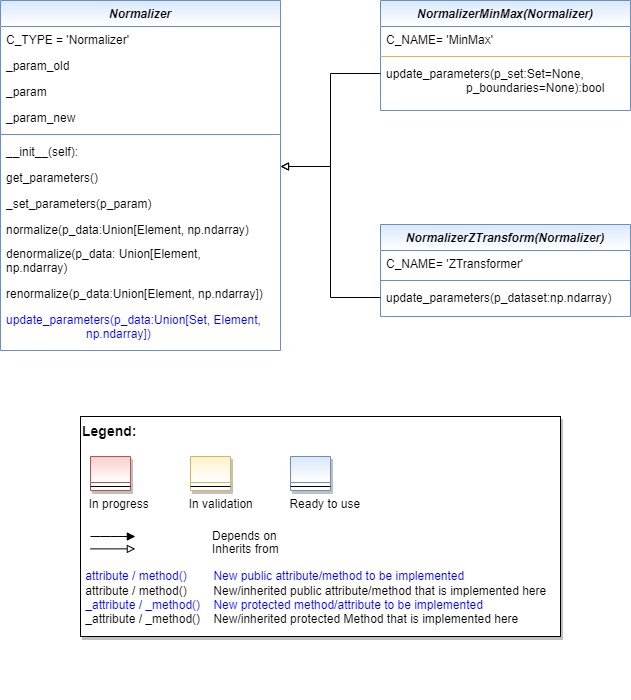
fhswf/MLPro keeps this draw.io diagram as doc/rtd/content/append2/core/images/bf/MLPro-BF-Math-Normalizers_class_diagram.drawio.png. Above is the earlier version. Source tidied: cells renumbered, new cells last; positions are measured from the earlier drawing's top-left corner, leaving out a move shared by most shapes.
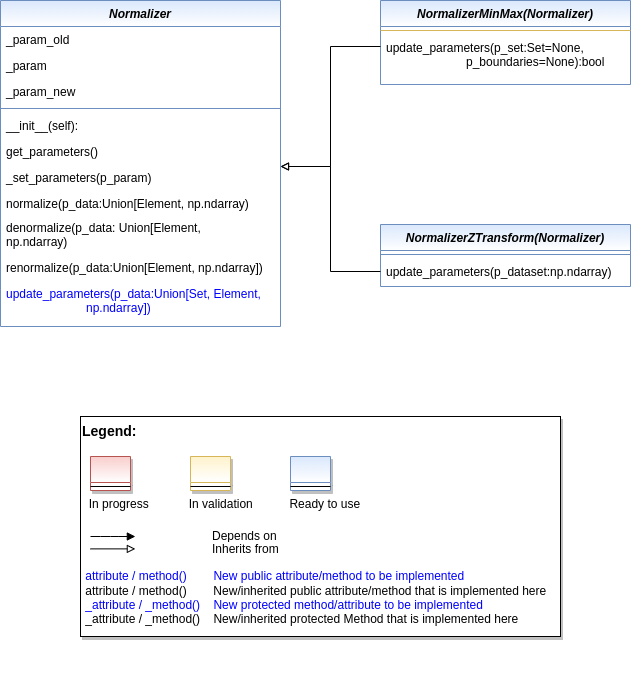
Above is the later version.

What changed in the source:
```diff
@@ -3,83 +3,73 @@
     <mxCell id="0" />
     <mxCell id="1" parent="0" />
     <mxCell id="2" value="Normalizer" style="swimlane;fontStyle=3;align=center;verticalAlign=top;horizontal=1;startSize=26;rounded=0;shadow=0;strokeWidth=1;fillColor=#dae8fc;strokeColor=#6c8ebf;gradientColor=#FFFFFF;" parent="1" vertex="1">
-      <mxGeometry width="280" height="350" as="geometry" />
+      <mxGeometry width="280" height="326" as="geometry" />
     </mxCell>
-    <mxCell id="3" value="C_TYPE = 'Normalizer'" style="text;align=left;verticalAlign=top;spacingLeft=4;spacingRight=4;overflow=hidden;rounded=0;shadow=0;html=0;" parent="2" vertex="1">
-      <mxGeometry y="26" width="280" height="26" as="geometry" />
-    </mxCell>
     <mxCell id="4" value="_param_old" style="text;align=left;verticalAlign=top;spacingLeft=4;spacingRight=4;overflow=hidden;rounded=0;shadow=0;html=0;" parent="2" vertex="1">
-      <mxGeometry y="52" width="280" height="26" as="geometry" />
+      <mxGeometry y="26" width="280" height="26" as="geometry" />
     </mxCell>
     <mxCell id="5" value="_param" style="text;align=left;verticalAlign=top;spacingLeft=4;spacingRight=4;overflow=hidden;rounded=0;shadow=0;html=0;" parent="2" vertex="1">
-      <mxGeometry y="78" width="280" height="26" as="geometry" />
+      <mxGeometry y="52" width="280" height="26" as="geometry" />
     </mxCell>
     <mxCell id="6" value="_param_new" style="text;align=left;verticalAlign=top;spacingLeft=4;spacingRight=4;overflow=hidden;rounded=0;shadow=0;html=0;" parent="2" vertex="1">
-      <mxGeometry y="104" width="280" height="26" as="geometry" />
+      <mxGeometry y="78" width="280" height="26" as="geometry" />
     </mxCell>
     <mxCell id="7" style="line;html=1;strokeWidth=1;align=left;verticalAlign=middle;spacingTop=-1;spacingLeft=3;spacingRight=3;labelPosition=right;fillColor=#dae8fc;strokeColor=#6c8ebf;gradientColor=#FFFFFF;" parent="2" vertex="1">
-      <mxGeometry y="130" width="280" height="8" as="geometry" />
+      <mxGeometry y="104" width="280" height="8" as="geometry" />
     </mxCell>
     <mxCell id="8" value="__init__(self):" style="text;align=left;verticalAlign=top;spacingLeft=4;spacingRight=4;overflow=hidden;" parent="2" vertex="1">
-      <mxGeometry y="138" width="280" height="26" as="geometry" />
+      <mxGeometry y="112" width="280" height="26" as="geometry" />
     </mxCell>
     <mxCell id="9" value="get_parameters()" style="text;align=left;verticalAlign=top;spacingLeft=4;spacingRight=4;overflow=hidden;" parent="2" vertex="1">
-      <mxGeometry y="164" width="280" height="26" as="geometry" />
+      <mxGeometry y="138" width="280" height="26" as="geometry" />
     </mxCell>
     <mxCell id="10" value="_set_parameters(p_param)" style="text;align=left;verticalAlign=top;spacingLeft=4;spacingRight=4;overflow=hidden;fontColor=#000000;" parent="2" vertex="1">
-      <mxGeometry y="190" width="280" height="26" as="geometry" />
+      <mxGeometry y="164" width="280" height="26" as="geometry" />
     </mxCell>
     <mxCell id="11" value="normalize(p_data:Union[Element, np.ndarray)" style="text;align=left;verticalAlign=top;spacingLeft=4;spacingRight=4;overflow=hidden;whiteSpace=wrap;" parent="2" vertex="1">
-      <mxGeometry y="216" width="280" height="24" as="geometry" />
+      <mxGeometry y="190" width="280" height="24" as="geometry" />
     </mxCell>
     <mxCell id="12" value="denormalize(p_data: Union[Element,                      np.ndarray)" style="text;align=left;verticalAlign=top;spacingLeft=4;spacingRight=4;overflow=hidden;whiteSpace=wrap;" parent="2" vertex="1">
-      <mxGeometry y="240" width="280" height="40" as="geometry" />
+      <mxGeometry y="214" width="280" height="40" as="geometry" />
     </mxCell>
     <mxCell id="13" value="renormalize(p_data:Union[Element, np.ndarray])" style="text;align=left;verticalAlign=top;spacingLeft=4;spacingRight=4;overflow=hidden;fontColor=#000000;" parent="2" vertex="1">
-      <mxGeometry y="280" width="280" height="26" as="geometry" />
+      <mxGeometry y="254" width="280" height="26" as="geometry" />
     </mxCell>
     <mxCell id="14" value="update_parameters(p_data:Union[Set, Element,                         np.ndarray])" style="text;align=left;verticalAlign=top;spacingLeft=4;spacingRight=4;overflow=hidden;fontColor=#0000FF;whiteSpace=wrap;" parent="2" vertex="1">
-      <mxGeometry y="306" width="280" height="44" as="geometry" />
+      <mxGeometry y="280" width="280" height="44" as="geometry" />
     </mxCell>
     <mxCell id="15" value="NormalizerMinMax(Normalizer)" style="swimlane;fontStyle=3;align=center;verticalAlign=top;horizontal=1;startSize=26;rounded=0;shadow=0;strokeWidth=1;fillColor=#dae8fc;strokeColor=#6c8ebf;gradientColor=#FFFFFF;" parent="1" vertex="1">
-      <mxGeometry x="380" width="250" height="110" as="geometry" />
+      <mxGeometry x="380" width="250" height="84" as="geometry" />
     </mxCell>
-    <mxCell id="16" value="C_NAME= 'MinMax'" style="text;align=left;verticalAlign=top;spacingLeft=4;spacingRight=4;overflow=hidden;rounded=0;shadow=0;html=0;" parent="15" vertex="1">
-      <mxGeometry y="26" width="250" height="26" as="geometry" />
-    </mxCell>
     <mxCell id="17" style="line;html=1;strokeWidth=1;align=left;verticalAlign=middle;spacingTop=-1;spacingLeft=3;spacingRight=3;labelPosition=right;fillColor=#fff2cc;strokeColor=#d6b656;gradientColor=#FFFFFF;" parent="15" vertex="1">
-      <mxGeometry y="52" width="250" height="8" as="geometry" />
+      <mxGeometry y="26" width="250" height="8" as="geometry" />
     </mxCell>
     <mxCell id="18" value="update_parameters(p_set:Set=None,                         p_boundaries=None):bool" style="text;align=left;verticalAlign=top;spacingLeft=4;spacingRight=4;overflow=hidden;fontColor=#000000;whiteSpace=wrap;" parent="15" vertex="1">
-      <mxGeometry y="60" width="250" height="50" as="geometry" />
+      <mxGeometry y="34" width="250" height="50" as="geometry" />
     </mxCell>
-    <mxCell id="19" style="edgeStyle=orthogonalEdgeStyle;rounded=0;orthogonalLoop=1;jettySize=auto;html=1;fontColor=#000000;endArrow=block;endFill=0;" parent="1" edge="1">
+    <mxCell id="19" style="edgeStyle=orthogonalEdgeStyle;rounded=0;jettySize=auto;html=1;fontColor=#000000;endArrow=block;endFill=0;" parent="1" edge="1" source="15">
       <mxGeometry relative="1" as="geometry">
-        <mxPoint x="380" y="73" as="sourcePoint" />
         <mxPoint x="280" y="166" as="targetPoint" />
         <Array as="points">
-          <mxPoint x="330" y="73" />
+          <mxPoint x="330" y="46" />
           <mxPoint x="330" y="166" />
         </Array>
       </mxGeometry>
     </mxCell>
     <mxCell id="20" value="NormalizerZTransform(Normalizer)" style="swimlane;fontStyle=3;align=center;verticalAlign=top;horizontal=1;startSize=26;rounded=0;shadow=0;strokeWidth=1;fillColor=#dae8fc;strokeColor=#6c8ebf;gradientColor=#FFFFFF;" parent="1" vertex="1">
-      <mxGeometry x="380" y="224" width="250" height="92" as="geometry" />
+      <mxGeometry x="380" y="224" width="250" height="62" as="geometry" />
     </mxCell>
-    <mxCell id="21" value="C_NAME= 'ZTransformer'" style="text;align=left;verticalAlign=top;spacingLeft=4;spacingRight=4;overflow=hidden;rounded=0;shadow=0;html=0;" parent="20" vertex="1">
-      <mxGeometry y="26" width="250" height="26" as="geometry" />
-    </mxCell>
     <mxCell id="22" style="line;html=1;strokeWidth=1;align=left;verticalAlign=middle;spacingTop=-1;spacingLeft=3;spacingRight=3;labelPosition=right;fillColor=#dae8fc;strokeColor=#6c8ebf;gradientColor=#FFFFFF;" parent="20" vertex="1">
-      <mxGeometry y="52" width="250" height="8" as="geometry" />
+      <mxGeometry y="26" width="250" height="8" as="geometry" />
     </mxCell>
     <mxCell id="23" value="update_parameters(p_dataset:np.ndarray)" style="text;align=left;verticalAlign=top;spacingLeft=4;spacingRight=4;overflow=hidden;points=[[0,0.5],[1,0.5]];portConstraint=eastwest;fontColor=#000000;" parent="20" vertex="1">
-      <mxGeometry y="60" width="250" height="26" as="geometry" />
+      <mxGeometry y="34" width="250" height="26" as="geometry" />
     </mxCell>
     <mxCell id="24" style="edgeStyle=orthogonalEdgeStyle;rounded=0;jettySize=auto;html=1;fontColor=#000000;endArrow=block;endFill=0;exitX=0;exitY=0.5;exitDx=0;exitDy=0;" parent="1" edge="1" source="23">
       <mxGeometry relative="1" as="geometry">
         <mxPoint x="280" y="166" as="targetPoint" />
         <Array as="points">
-          <mxPoint x="330" y="297" />
+          <mxPoint x="330" y="271" />
           <mxPoint x="330" y="166" />
         </Array>
       </mxGeometry>
```
